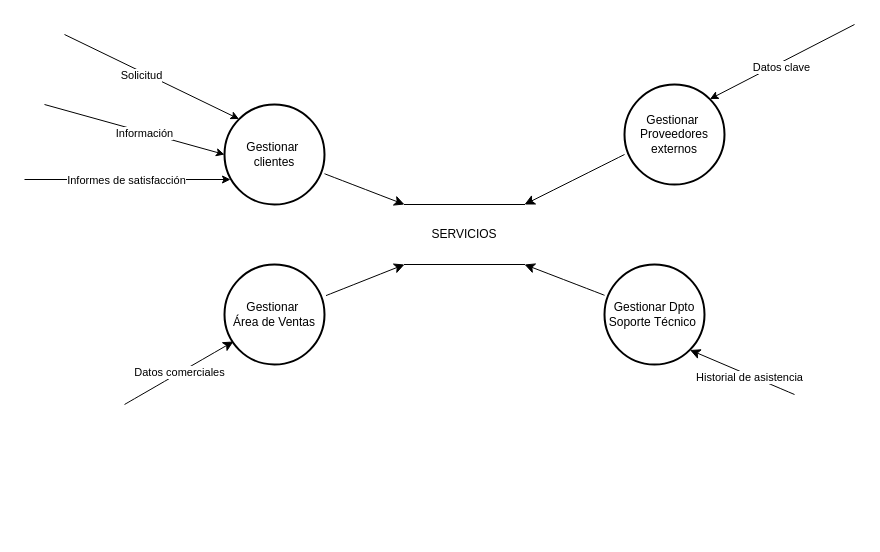
This is IngenieríaDeSoftware/Práctica 2 Actividad 2/DFD Nivel 1.drawio from aloantony/TrabajosEnGrupoGII-DalilaTony, a draw.io file, before an edit. Source tidied: cells renumbered, new cells numbered last; positions are measured from the earlier drawing's top-left corner, leaving out a move shared by most shapes. Both pictures are drawn from the tidied source at 100%, with x=0, y=0 at pixel (24, 24).
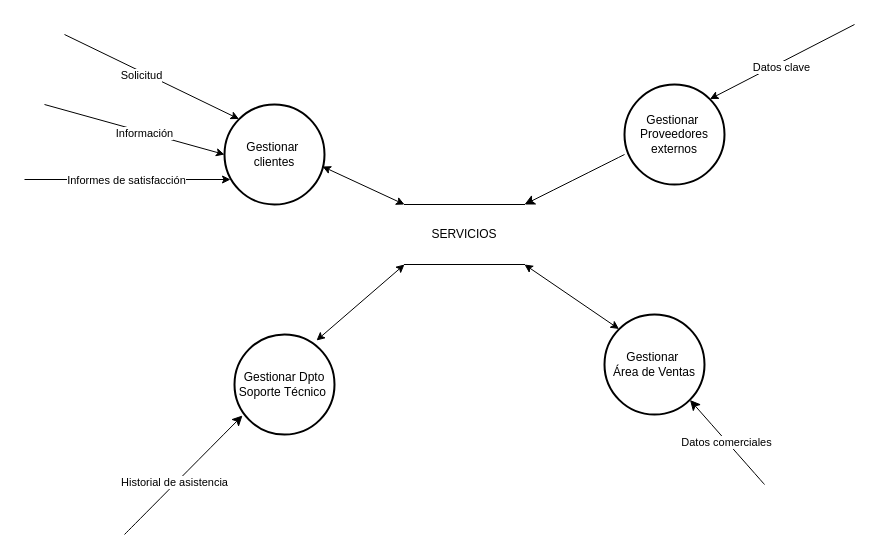
The same diagram, later.

The change refers to these unchanged cells:
```xml
<mxCell id="2" value="Gestionar&amp;nbsp;&lt;div&gt;clientes&lt;/div&gt;" style="strokeWidth=2;html=1;shape=mxgraph.flowchart.start_2;whiteSpace=wrap;" parent="1" vertex="1">
  <mxGeometry x="200" y="80" width="100" height="100" as="geometry" />
</mxCell>
<mxCell id="6" value="SERVICIOS" style="shape=partialRectangle;whiteSpace=wrap;html=1;left=0;right=0;fillColor=none;" parent="1" vertex="1">
  <mxGeometry x="380" y="180" width="120" height="60" as="geometry" />
</mxCell>
```

Change to the diagram source:
```diff
@@
     <mxCell id="4" value="Gestionar&amp;nbsp;&lt;div&gt;Área de Ventas&lt;/div&gt;" style="strokeWidth=2;html=1;shape=mxgraph.flowchart.start_2;whiteSpace=wrap;" parent="1" vertex="1">
-      <mxGeometry x="200" y="240" width="100" height="100" as="geometry" />
+      <mxGeometry x="580" y="290" width="100" height="100" as="geometry" />
     </mxCell>
     <mxCell id="5" value="Gestionar Dpto Soporte Técnico&amp;nbsp;" style="strokeWidth=2;html=1;shape=mxgraph.flowchart.start_2;whiteSpace=wrap;" parent="1" vertex="1">
-      <mxGeometry x="580" y="240" width="100" height="100" as="geometry" />
+      <mxGeometry x="210" y="310" width="100" height="100" as="geometry" />
     </mxCell>
@@
-    <mxCell id="7" style="endArrow=classic;html=1;rounded=0;fontSize=12;startSize=8;endSize=8;curved=1;entryX=0;entryY=0;entryDx=0;entryDy=0;" parent="1" edge="1" source="2" target="6">
-      <mxGeometry relative="1" as="geometry" />
-    </mxCell>
@@
-    <mxCell id="9" style="endArrow=classic;html=1;rounded=0;fontSize=12;startSize=8;endSize=8;curved=1;exitX=1.015;exitY=0.311;exitDx=0;exitDy=0;exitPerimeter=0;entryX=0;entryY=1;entryDx=0;entryDy=0;" parent="1" edge="1" source="4" target="6">
-      <mxGeometry relative="1" as="geometry" />
-    </mxCell>
-    <mxCell id="10" style="endArrow=classic;html=1;rounded=0;fontSize=12;startSize=8;endSize=8;curved=1;entryX=1;entryY=1;entryDx=0;entryDy=0;" parent="1" edge="1" source="5" target="6">
-      <mxGeometry relative="1" as="geometry" />
-    </mxCell>
@@
-    <mxCell id="20" style="endArrow=classic;html=1;rounded=0;fontSize=12;startSize=8;endSize=8;curved=1;entryX=0.09;entryY=0.77;entryDx=0;entryDy=0;entryPerimeter=0;" parent="1" edge="1" target="4">
+    <mxCell id="20" style="endArrow=classic;html=1;rounded=0;fontSize=12;startSize=8;endSize=8;curved=1;entryX=0.855;entryY=0.855;entryDx=0;entryDy=0;entryPerimeter=0;" parent="1" edge="1" target="4">
       <mxGeometry relative="1" as="geometry">
-        <mxPoint x="100" y="380" as="sourcePoint" />
+        <mxPoint x="740" y="460" as="sourcePoint" />
       </mxGeometry>
     </mxCell>
@@
-    <mxCell id="22" style="endArrow=classic;html=1;rounded=0;fontSize=12;startSize=8;endSize=8;curved=1;entryX=0.855;entryY=0.855;entryDx=0;entryDy=0;entryPerimeter=0;" parent="1" edge="1" target="5">
+    <mxCell id="22" style="endArrow=classic;html=1;rounded=0;fontSize=12;startSize=8;endSize=8;curved=1;entryX=0.08;entryY=0.81;entryDx=0;entryDy=0;entryPerimeter=0;" parent="1" edge="1" target="5">
       <mxGeometry relative="1" as="geometry">
-        <mxPoint x="770" y="370" as="sourcePoint" />
+        <mxPoint x="100" y="510" as="sourcePoint" />
       </mxGeometry>
     </mxCell>
@@
+    <mxCell id="9" style="endArrow=classic;startArrow=classic;html=1;rounded=0;entryX=1;entryY=1;entryDx=0;entryDy=0;exitX=0.145;exitY=0.145;exitDx=0;exitDy=0;exitPerimeter=0;" parent="1" edge="1" source="4" target="6">
+      <mxGeometry relative="1" as="geometry" />
+    </mxCell>
+    <mxCell id="24" style="endArrow=classic;startArrow=classic;html=1;rounded=0;entryX=0.98;entryY=0.62;entryDx=0;entryDy=0;exitX=0;exitY=0;exitDx=0;exitDy=0;entryPerimeter=0;" parent="1" edge="1" source="6" target="2">
+      <mxGeometry relative="1" as="geometry" />
+    </mxCell>
+    <mxCell id="10" style="endArrow=classic;startArrow=classic;html=1;rounded=0;entryX=0;entryY=1;entryDx=0;entryDy=0;exitX=0.82;exitY=0.06;exitDx=0;exitDy=0;exitPerimeter=0;" parent="1" edge="1" source="5" target="6">
+      <mxGeometry relative="1" as="geometry" />
+    </mxCell>
```
